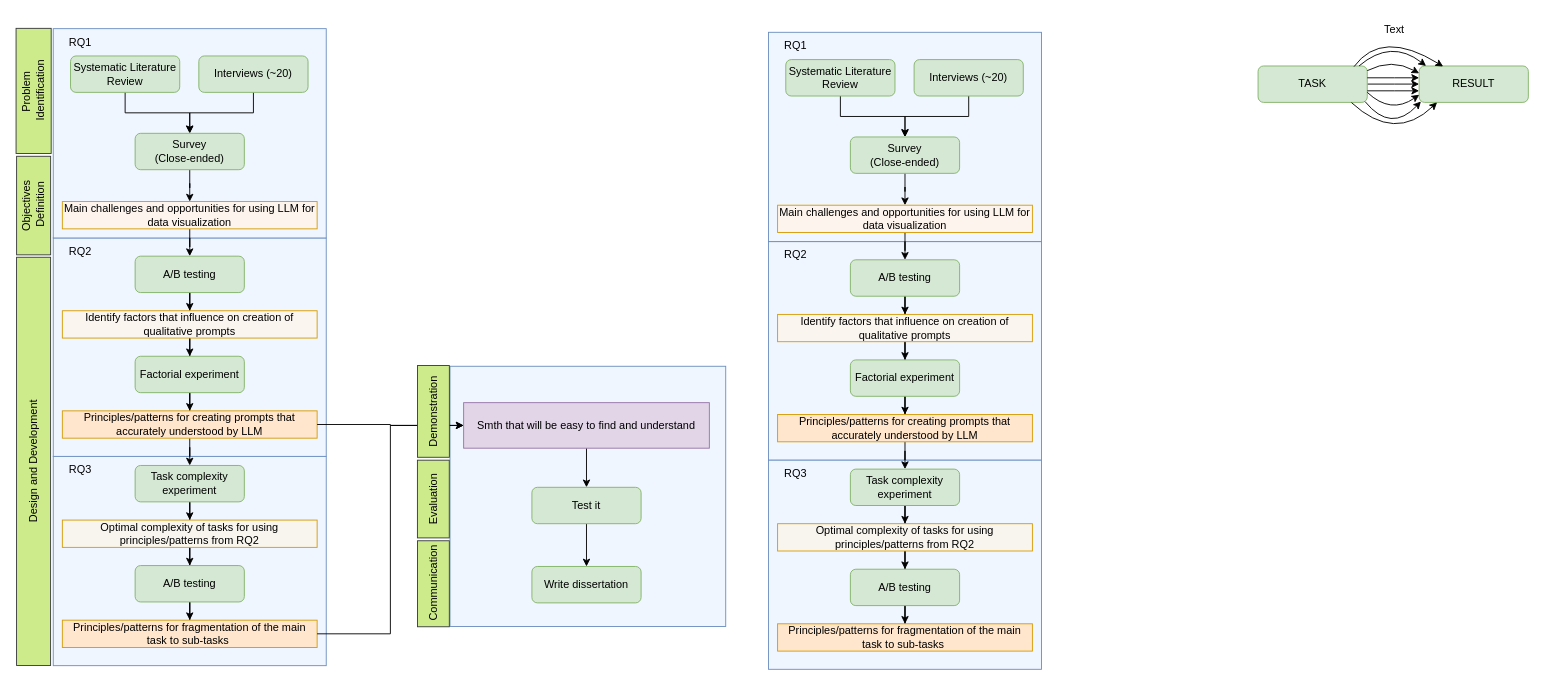
Olshanskaya/phd-draw-io keeps this draw.io diagram as methodology.drawio. Above is the earlier version. Source tidied: cells renumbered, new cells numbered last; positions are measured from the earlier drawing's top-left corner, leaving out a move shared by most shapes. Both pictures are drawn from the tidied source at 91%, with x=0, y=0 at pixel (-171, 15).
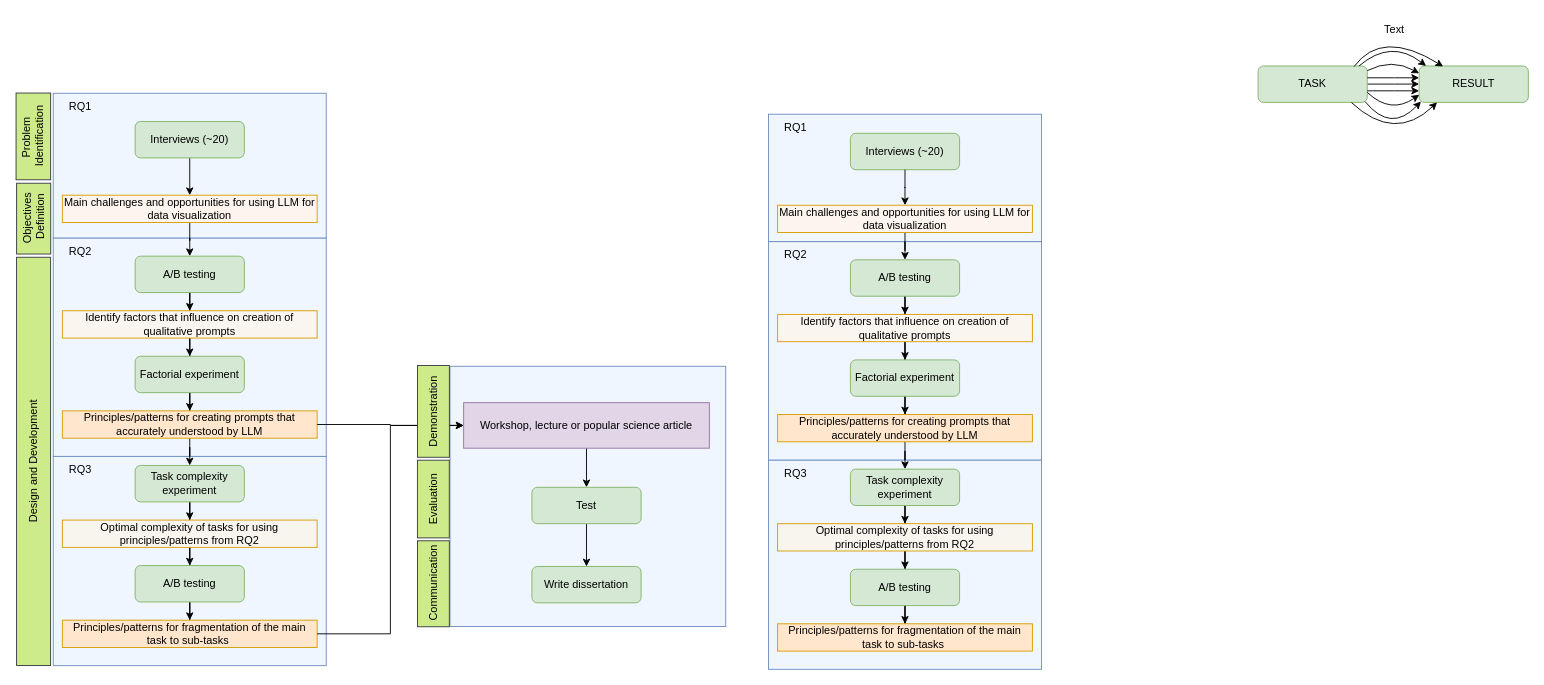
The same diagram, later.

The change refers to these unchanged cells:
```xml
<mxCell id="49" value="Main challenges and opportunities for using LLM for data visualization" style="rounded=0;whiteSpace=wrap;html=1;fillColor=light-dark(#fdf5ed, #36210a);strokeColor=#d79b00;gradientColor=none;" parent="1" vertex="1">
  <mxGeometry x="1042" y="208" width="280" height="30" as="geometry" />
</mxCell>
```

What changed in the source:
```diff
@@
     <mxCell id="4" style="rounded=0;whiteSpace=wrap;html=1;fillColor=light-dark(#F0F6FF,#F0F6FF);strokeColor=#6c8ebf;" parent="1" vertex="1">
-      <mxGeometry x="246" y="14" width="300" height="230" as="geometry" />
+      <mxGeometry x="246" y="85" width="300" height="159" as="geometry" />
     </mxCell>
-    <mxCell id="5" style="edgeStyle=orthogonalEdgeStyle;rounded=0;jettySize=auto;html=1;entryX=0.5;entryY=0;entryDx=0;entryDy=0;" parent="1" edge="1" source="6" target="10">
-      <mxGeometry relative="1" as="geometry" />
-    </mxCell>
-    <mxCell id="6" value="Systematic Literature Review" style="rounded=1;whiteSpace=wrap;html=1;fontSize=12;glass=0;strokeWidth=1;shadow=0;fillColor=#d5e8d4;strokeColor=#82b366;" parent="1" vertex="1">
-      <mxGeometry x="265" y="44" width="120" height="40" as="geometry" />
-    </mxCell>
-    <mxCell id="7" style="edgeStyle=orthogonalEdgeStyle;rounded=0;jettySize=auto;html=1;entryX=0.5;entryY=0;entryDx=0;entryDy=0;" parent="1" edge="1" source="8" target="10">
-      <mxGeometry relative="1" as="geometry" />
-    </mxCell>
+    <mxCell id="86" style="edgeStyle=orthogonalEdgeStyle;rounded=0;jettySize=auto;html=1;" parent="1" edge="1" source="8" target="13">
+      <mxGeometry relative="1" as="geometry" />
+    </mxCell>
     <mxCell id="8" value="Interviews (~20)" style="rounded=1;whiteSpace=wrap;html=1;fontSize=12;glass=0;strokeWidth=1;shadow=0;fillColor=#d5e8d4;strokeColor=#82b366;" parent="1" vertex="1">
-      <mxGeometry x="406" y="44" width="120" height="40" as="geometry" />
+      <mxGeometry x="336" y="116" width="120" height="40" as="geometry" />
     </mxCell>
-    <mxCell id="9" style="edgeStyle=orthogonalEdgeStyle;rounded=0;jettySize=auto;html=1;" parent="1" edge="1" source="10" target="13">
-      <mxGeometry relative="1" as="geometry" />
-    </mxCell>
-    <mxCell id="10" value="Survey&lt;div&gt;(Close-ended)&lt;/div&gt;" style="rounded=1;whiteSpace=wrap;html=1;fontSize=12;glass=0;strokeWidth=1;shadow=0;fillColor=#d5e8d4;strokeColor=#82b366;" parent="1" vertex="1">
-      <mxGeometry x="336" y="129" width="120" height="40" as="geometry" />
-    </mxCell>
     <mxCell id="11" value="RQ1" style="text;html=1;align=center;verticalAlign=middle;whiteSpace=wrap;rounded=0;" parent="1" vertex="1">
-      <mxGeometry x="246" y="14" width="60" height="30" as="geometry" />
+      <mxGeometry x="246" y="85" width="60" height="30" as="geometry" />
     </mxCell>
@@
     <mxCell id="13" value="Main challenges and opportunities for using LLM for data visualization" style="rounded=0;whiteSpace=wrap;html=1;fillColor=light-dark(#fdf5ed, #36210a);strokeColor=#d79b00;gradientColor=none;" parent="1" vertex="1">
-      <mxGeometry x="256" y="204" width="280" height="30" as="geometry" />
+      <mxGeometry x="256" y="197" width="280" height="30" as="geometry" />
     </mxCell>
@@
-    <mxCell id="33" value="Smth that will be easy to find and understand" style="rounded=0;whiteSpace=wrap;html=1;fillColor=#e1d5e7;strokeColor=#9673a6;" parent="1" vertex="1">
+    <mxCell id="33" value="Workshop, lecture or popular science article" style="rounded=0;whiteSpace=wrap;html=1;fillColor=#e1d5e7;strokeColor=#9673a6;" parent="1" vertex="1">
       <mxGeometry x="697" y="425" width="270" height="50" as="geometry" />
     </mxCell>
@@
-    <mxCell id="35" value="Test it" style="rounded=1;whiteSpace=wrap;html=1;fontSize=12;glass=0;strokeWidth=1;shadow=0;fillColor=#d5e8d4;strokeColor=#82b366;" parent="1" vertex="1">
+    <mxCell id="35" value="Test" style="rounded=1;whiteSpace=wrap;html=1;fontSize=12;glass=0;strokeWidth=1;shadow=0;fillColor=#d5e8d4;strokeColor=#82b366;" parent="1" vertex="1">
       <mxGeometry x="772" y="518" width="120" height="40" as="geometry" />
     </mxCell>
@@
     <mxCell id="40" style="rounded=0;whiteSpace=wrap;html=1;fillColor=light-dark(#F0F6FF,#F0F6FF);strokeColor=#6c8ebf;" parent="1" vertex="1">
-      <mxGeometry x="1032" y="18" width="300" height="230" as="geometry" />
+      <mxGeometry x="1032" y="108" width="300" height="140" as="geometry" />
     </mxCell>
-    <mxCell id="41" style="edgeStyle=orthogonalEdgeStyle;rounded=0;jettySize=auto;html=1;entryX=0.5;entryY=0;entryDx=0;entryDy=0;" parent="1" edge="1" source="42" target="46">
-      <mxGeometry relative="1" as="geometry" />
-    </mxCell>
-    <mxCell id="42" value="Systematic Literature Review" style="rounded=1;whiteSpace=wrap;html=1;fontSize=12;glass=0;strokeWidth=1;shadow=0;fillColor=#d5e8d4;strokeColor=#82b366;" parent="1" vertex="1">
-      <mxGeometry x="1051" y="48" width="120" height="40" as="geometry" />
-    </mxCell>
-    <mxCell id="43" style="edgeStyle=orthogonalEdgeStyle;rounded=0;jettySize=auto;html=1;entryX=0.5;entryY=0;entryDx=0;entryDy=0;" parent="1" edge="1" source="44" target="46">
-      <mxGeometry relative="1" as="geometry" />
-    </mxCell>
     <mxCell id="44" value="Interviews (~20)" style="rounded=1;whiteSpace=wrap;html=1;fontSize=12;glass=0;strokeWidth=1;shadow=0;fillColor=#d5e8d4;strokeColor=#82b366;" parent="1" vertex="1">
-      <mxGeometry x="1192" y="48" width="120" height="40" as="geometry" />
+      <mxGeometry x="1122" y="129" width="120" height="40" as="geometry" />
     </mxCell>
-    <mxCell id="45" style="edgeStyle=orthogonalEdgeStyle;rounded=0;jettySize=auto;html=1;" parent="1" edge="1" source="46" target="49">
+    <mxCell id="45" style="edgeStyle=orthogonalEdgeStyle;rounded=0;jettySize=auto;html=1;exitX=0.5;exitY=1;exitDx=0;exitDy=0;" parent="1" edge="1" source="44" target="49">
       <mxGeometry relative="1" as="geometry" />
     </mxCell>
-    <mxCell id="46" value="Survey&lt;div&gt;(Close-ended)&lt;/div&gt;" style="rounded=1;whiteSpace=wrap;html=1;fontSize=12;glass=0;strokeWidth=1;shadow=0;fillColor=#d5e8d4;strokeColor=#82b366;" parent="1" vertex="1">
-      <mxGeometry x="1122" y="133" width="120" height="40" as="geometry" />
-    </mxCell>
     <mxCell id="47" value="RQ1" style="text;html=1;align=center;verticalAlign=middle;whiteSpace=wrap;rounded=0;" parent="1" vertex="1">
-      <mxGeometry x="1032" y="18" width="60" height="30" as="geometry" />
+      <mxGeometry x="1032" y="108" width="60" height="30" as="geometry" />
     </mxCell>
@@
     <mxCell id="67" value="Problem&amp;nbsp;&lt;div&gt;Identification&lt;/div&gt;" style="rounded=0;whiteSpace=wrap;html=1;fillColor=#cdeb8b;strokeColor=#36393d;rotation=-90;" parent="1" vertex="1">
-      <mxGeometry x="155.7" y="63.1" width="137.5" height="38.6" as="geometry" />
+      <mxGeometry x="176.5" y="113.4" width="95.3" height="38" as="geometry" />
     </mxCell>
     <mxCell id="68" value="Objectives&lt;div&gt;&amp;nbsp;Definition&lt;/div&gt;" style="rounded=0;whiteSpace=wrap;html=1;fillColor=#cdeb8b;strokeColor=#36393d;rotation=-90;" parent="1" vertex="1">
-      <mxGeometry x="170.3" y="189.7" width="108.3" height="37.4" as="geometry" />
+      <mxGeometry x="185.6" y="204" width="77.8" height="37.5" as="geometry" />
     </mxCell>
```
